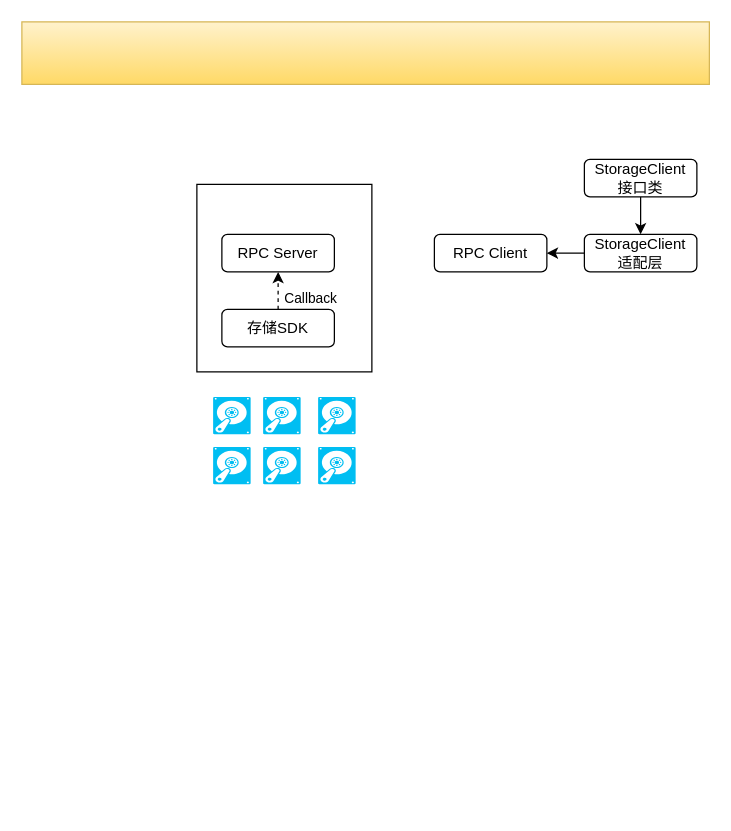
Before: RPC.drawio in snowolfhawk/ceph-scripts, a draw.io diagram. Source tidied: cells renumbered, new cells numbered last; positions are measured from the earlier drawing's top-left corner, leaving out a move shared by most shapes. Both pictures are drawn from the tidied source at 125%, with x=0, y=0 at pixel (21, 21).
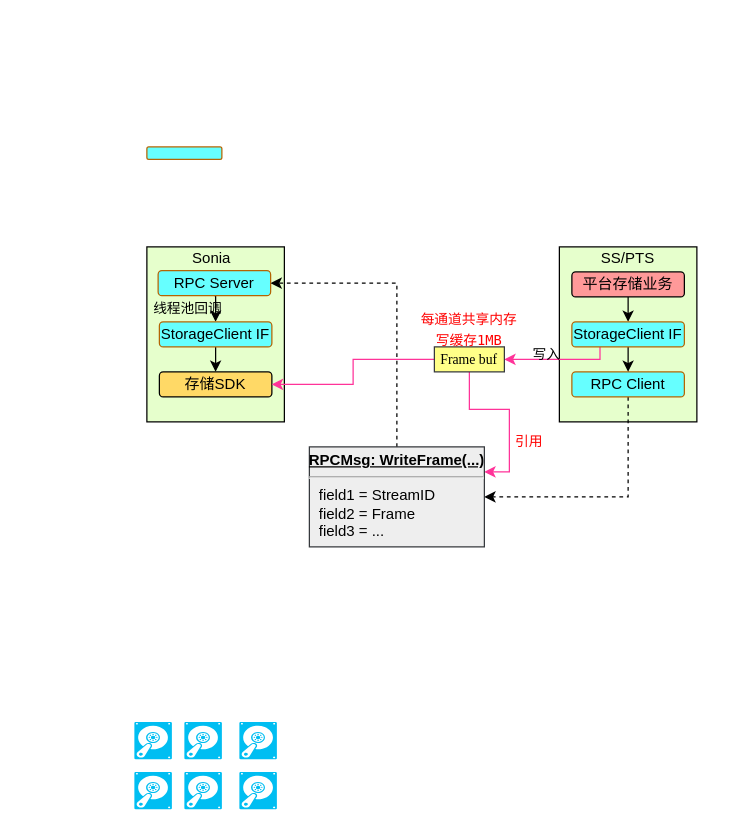
The same diagram, later.

What changed in the source:
```diff
@@
-    <mxCell id="2" style="rounded=0;whiteSpace=wrap;html=1;fontSize=11;gradientColor=#ffffff;" parent="1" vertex="1">
-      <mxGeometry x="140" y="130" width="140" height="150" as="geometry" />
-    </mxCell>
+    <mxCell id="19" style="rounded=0;whiteSpace=wrap;html=1;fillColor=#E6FFCC;strokeColor=#000000;gradientColor=none;" parent="1" vertex="1">
+      <mxGeometry x="430" y="180" width="110" height="140" as="geometry" />
+    </mxCell>
-    <mxCell id="3" style="rounded=0;whiteSpace=wrap;html=1;fillColor=#fff2cc;strokeColor=#d6b656;gradientColor=#ffd966;" parent="1" vertex="1">
-      <mxGeometry width="550" height="50" as="geometry" />
+    <mxCell id="3" style="rounded=0;whiteSpace=wrap;html=1;fillColor=#E6FFCC;strokeColor=#000000;gradientColor=none;" parent="1" vertex="1">
+      <mxGeometry x="100" y="180" width="110" height="140" as="geometry" />
     </mxCell>
-    <mxCell id="4" style="edgeStyle=orthogonalEdgeStyle;rounded=0;jettySize=auto;html=1;exitX=0.5;exitY=0;exitDx=0;exitDy=0;entryX=0.5;entryY=1;entryDx=0;entryDy=0;fontSize=11;dashed=1;" parent="1" edge="1" source="5" target="6">
-      <mxGeometry relative="1" as="geometry" />
-    </mxCell>
-    <mxCell id="5" value="存储SDK" style="rounded=1;whiteSpace=wrap;html=1;" parent="1" vertex="1">
-      <mxGeometry x="160" y="230" width="90" height="30" as="geometry" />
+    <mxCell id="5" value="存储SDK" style="rounded=1;whiteSpace=wrap;html=1;fillColor=#FFD966;" parent="1" vertex="1">
+      <mxGeometry x="110" y="280" width="90" height="20" as="geometry" />
     </mxCell>
+    <mxCell id="20" style="edgeStyle=orthogonalEdgeStyle;rounded=0;jettySize=auto;html=1;exitX=0.5;exitY=1;exitDx=0;exitDy=0;entryX=0.5;entryY=0;entryDx=0;entryDy=0;fontSize=11;" parent="1" edge="1" source="6" target="24">
+      <mxGeometry relative="1" as="geometry" />
+    </mxCell>
-    <mxCell id="6" value="RPC Server" style="rounded=1;whiteSpace=wrap;html=1;" parent="1" vertex="1">
-      <mxGeometry x="160" y="170" width="90" height="30" as="geometry" />
+    <mxCell id="6" value="RPC Server" style="rounded=1;whiteSpace=wrap;html=1;fillColor=#66FFFF;strokeColor=#b46504;" parent="1" vertex="1">
+      <mxGeometry x="109" y="199" width="90" height="20" as="geometry" />
     </mxCell>
+    <mxCell id="21" style="edgeStyle=orthogonalEdgeStyle;rounded=0;jettySize=auto;html=1;exitX=0.5;exitY=1;exitDx=0;exitDy=0;entryX=1;entryY=0.5;entryDx=0;entryDy=0;dashed=1;fontFamily=Lucida Console;fontSize=11;fontColor=#000000;" parent="1" edge="1" source="7" target="32">
+      <mxGeometry relative="1" as="geometry" />
+    </mxCell>
-    <mxCell id="7" value="RPC Client" style="rounded=1;whiteSpace=wrap;html=1;" parent="1" vertex="1">
-      <mxGeometry x="330" y="170" width="90" height="30" as="geometry" />
+    <mxCell id="7" value="RPC Client" style="rounded=1;whiteSpace=wrap;html=1;fillColor=#66FFFF;strokeColor=#b46504;" parent="1" vertex="1">
+      <mxGeometry x="440" y="280" width="90" height="20" as="geometry" />
     </mxCell>
-    <mxCell id="8" value="&lt;span style=&quot;font-weight: normal&quot;&gt;&lt;font style=&quot;font-size: 11px&quot;&gt;Callback&lt;/font&gt;&lt;/span&gt;" style="text;strokeColor=none;fillColor=none;html=1;fontSize=24;fontStyle=1;verticalAlign=middle;align=center;" parent="1" vertex="1">
-      <mxGeometry x="206" y="207" width="50" height="20" as="geometry" />
-    </mxCell>
@@
-    <mxCell id="10" value="StorageClient&lt;br&gt;接口类" style="rounded=1;whiteSpace=wrap;html=1;" parent="1" vertex="1">
-      <mxGeometry x="450" y="110" width="90" height="30" as="geometry" />
+    <mxCell id="10" value="平台存储业务" style="rounded=1;whiteSpace=wrap;html=1;fillColor=#FF9999;" parent="1" vertex="1">
+      <mxGeometry x="440" y="200" width="90" height="20" as="geometry" />
     </mxCell>
-    <mxCell id="11" style="edgeStyle=orthogonalEdgeStyle;rounded=0;jettySize=auto;html=1;exitX=0;exitY=0.5;exitDx=0;exitDy=0;fontSize=11;" parent="1" edge="1" source="12" target="7">
+    <mxCell id="11" style="edgeStyle=orthogonalEdgeStyle;rounded=0;jettySize=auto;html=1;exitX=0.5;exitY=1;exitDx=0;exitDy=0;entryX=0.5;entryY=0;entryDx=0;entryDy=0;fontSize=11;" parent="1" edge="1" source="12" target="7">
       <mxGeometry relative="1" as="geometry" />
     </mxCell>
+    <mxCell id="22" style="edgeStyle=orthogonalEdgeStyle;rounded=0;jettySize=auto;html=1;exitX=0.25;exitY=1;exitDx=0;exitDy=0;entryX=1;entryY=0.5;entryDx=0;entryDy=0;fontFamily=Lucida Console;fontSize=11;fontColor=#FF0000;strokeColor=#FF3399;" parent="1" edge="1" source="12" target="30">
+      <mxGeometry relative="1" as="geometry">
+        <Array as="points">
+          <mxPoint x="463" y="270" />
+        </Array>
+      </mxGeometry>
+    </mxCell>
-    <mxCell id="12" value="StorageClient&lt;br&gt;适配层" style="rounded=1;whiteSpace=wrap;html=1;" parent="1" vertex="1">
-      <mxGeometry x="450" y="170" width="90" height="30" as="geometry" />
+    <mxCell id="12" value="StorageClient&amp;nbsp;IF" style="rounded=1;whiteSpace=wrap;html=1;fillColor=#66FFFF;strokeColor=#b46504;" parent="1" vertex="1">
+      <mxGeometry x="440" y="240" width="90" height="20" as="geometry" />
     </mxCell>
     <mxCell id="13" style="verticalLabelPosition=bottom;html=1;verticalAlign=top;align=center;strokeColor=none;fillColor=#00BEF2;shape=mxgraph.azure.vhd;" parent="1" vertex="1">
-      <mxGeometry x="153" y="300" width="30" height="30" as="geometry" />
+      <mxGeometry x="90" y="560" width="30" height="30" as="geometry" />
     </mxCell>
     <mxCell id="14" style="verticalLabelPosition=bottom;html=1;verticalAlign=top;align=center;strokeColor=none;fillColor=#00BEF2;shape=mxgraph.azure.vhd;" parent="1" vertex="1">
-      <mxGeometry x="193" y="300" width="30" height="30" as="geometry" />
+      <mxGeometry x="130" y="560" width="30" height="30" as="geometry" />
     </mxCell>
     <mxCell id="15" style="verticalLabelPosition=bottom;html=1;verticalAlign=top;align=center;strokeColor=none;fillColor=#00BEF2;shape=mxgraph.azure.vhd;" parent="1" vertex="1">
-      <mxGeometry x="237" y="300" width="30" height="30" as="geometry" />
+      <mxGeometry x="174" y="560" width="30" height="30" as="geometry" />
     </mxCell>
     <mxCell id="16" style="verticalLabelPosition=bottom;html=1;verticalAlign=top;align=center;strokeColor=none;fillColor=#00BEF2;shape=mxgraph.azure.vhd;" parent="1" vertex="1">
-      <mxGeometry x="153" y="340" width="30" height="30" as="geometry" />
+      <mxGeometry x="90" y="600" width="30" height="30" as="geometry" />
     </mxCell>
     <mxCell id="17" style="verticalLabelPosition=bottom;html=1;verticalAlign=top;align=center;strokeColor=none;fillColor=#00BEF2;shape=mxgraph.azure.vhd;" parent="1" vertex="1">
-      <mxGeometry x="193" y="340" width="30" height="30" as="geometry" />
+      <mxGeometry x="130" y="600" width="30" height="30" as="geometry" />
     </mxCell>
     <mxCell id="18" style="verticalLabelPosition=bottom;html=1;verticalAlign=top;align=center;strokeColor=none;fillColor=#00BEF2;shape=mxgraph.azure.vhd;" parent="1" vertex="1">
-      <mxGeometry x="237" y="340" width="30" height="30" as="geometry" />
+      <mxGeometry x="174" y="600" width="30" height="30" as="geometry" />
     </mxCell>
+    <mxCell id="23" style="edgeStyle=orthogonalEdgeStyle;rounded=0;jettySize=auto;html=1;exitX=0.5;exitY=1;exitDx=0;exitDy=0;entryX=0.5;entryY=0;entryDx=0;entryDy=0;fontSize=11;" parent="1" edge="1" source="24" target="5">
+      <mxGeometry relative="1" as="geometry" />
+    </mxCell>
+    <mxCell id="24" value="StorageClient&amp;nbsp;IF" style="rounded=1;whiteSpace=wrap;html=1;fillColor=#66FFFF;strokeColor=#b46504;" parent="1" vertex="1">
+      <mxGeometry x="110" y="240" width="90" height="20" as="geometry" />
+    </mxCell>
+    <mxCell id="25" value="&lt;font style=&quot;font-size: 11px&quot; face=&quot;Lucida Console&quot;&gt;线程池回调&lt;/font&gt;" style="text;html=1;strokeColor=none;fillColor=none;align=center;verticalAlign=middle;whiteSpace=wrap;rounded=0;fontSize=14;" parent="1" vertex="1">
+      <mxGeometry x="100" y="223" width="66" height="10" as="geometry" />
+    </mxCell>
+    <mxCell id="26" value="&lt;font style=&quot;font-size: 12px&quot;&gt;SS/PTS&lt;/font&gt;" style="text;html=1;strokeColor=none;fillColor=none;align=center;verticalAlign=middle;whiteSpace=wrap;rounded=0;fontSize=14;" parent="1" vertex="1">
+      <mxGeometry x="455" y="180" width="60" height="15" as="geometry" />
+    </mxCell>
+    <mxCell id="27" value="&lt;span style=&quot;font-size: 12px&quot;&gt;Sonia&lt;/span&gt;" style="text;html=1;strokeColor=none;fillColor=none;align=center;verticalAlign=middle;whiteSpace=wrap;rounded=0;fontSize=14;" parent="1" vertex="1">
+      <mxGeometry x="122" y="180" width="60" height="15" as="geometry" />
+    </mxCell>
+    <mxCell id="28" style="edgeStyle=orthogonalEdgeStyle;rounded=0;jettySize=auto;html=1;exitX=0;exitY=0.5;exitDx=0;exitDy=0;fontFamily=Lucida Console;fontSize=11;fontColor=#FF0000;strokeColor=#FF3399;" parent="1" edge="1" source="30" target="5">
+      <mxGeometry relative="1" as="geometry" />
+    </mxCell>
+    <mxCell id="29" style="edgeStyle=orthogonalEdgeStyle;rounded=0;jettySize=auto;html=1;exitX=0.5;exitY=1;exitDx=0;exitDy=0;entryX=1;entryY=0.25;entryDx=0;entryDy=0;fontFamily=Lucida Console;fontSize=11;fontColor=#FF0000;strokeColor=#FF3399;" parent="1" edge="1" source="30" target="32">
+      <mxGeometry relative="1" as="geometry" />
+    </mxCell>
+    <mxCell id="30" value="&lt;font style=&quot;font-size: 11px&quot;&gt;Frame buf&lt;/font&gt;" style="rounded=0;whiteSpace=wrap;html=1;fontFamily=Times New Roman;fontSize=12;strokeColor=#36393d;fillColor=#ffff88;" parent="1" vertex="1">
+      <mxGeometry x="330" y="260" width="56" height="20" as="geometry" />
+    </mxCell>
+    <mxCell id="31" style="edgeStyle=orthogonalEdgeStyle;rounded=0;jettySize=auto;html=1;exitX=0.5;exitY=0;exitDx=0;exitDy=0;entryX=1;entryY=0.5;entryDx=0;entryDy=0;dashed=1;fontFamily=Lucida Console;fontSize=11;fontColor=#000000;" parent="1" edge="1" source="32" target="6">
+      <mxGeometry relative="1" as="geometry" />
+    </mxCell>
+    <mxCell id="32" value="&lt;p style=&quot;margin: 0px ; margin-top: 4px ; text-align: center ; text-decoration: underline&quot;&gt;&lt;b&gt;RPCMsg: WriteFrame(...)&lt;/b&gt;&lt;/p&gt;&lt;hr&gt;&lt;p style=&quot;margin: 0px ; margin-left: 8px&quot;&gt;field1 = StreamID&lt;br&gt;field2 = Frame&lt;br&gt;field3 = ...&lt;/p&gt;" style="verticalAlign=top;align=left;overflow=fill;fontSize=12;fontFamily=Helvetica;html=1;strokeColor=#36393d;fillColor=#eeeeee;" parent="1" vertex="1">
+      <mxGeometry x="230" y="340" width="140" height="80" as="geometry" />
+    </mxCell>
+    <mxCell id="33" value="&lt;font style=&quot;font-size: 11px&quot; face=&quot;Lucida Console&quot; color=&quot;#ff0000&quot;&gt;每通道共享内存&lt;br style=&quot;font-size: 11px&quot;&gt;写缓存1MB&lt;/font&gt;" style="text;html=1;strokeColor=none;fillColor=none;align=center;verticalAlign=middle;whiteSpace=wrap;rounded=0;fontSize=14;" parent="1" vertex="1">
+      <mxGeometry x="303" y="230" width="110" height="30" as="geometry" />
+    </mxCell>
+    <mxCell id="34" value="&lt;font face=&quot;Lucida Console&quot;&gt;&lt;span style=&quot;font-size: 11px&quot;&gt;写入&lt;/span&gt;&lt;/font&gt;" style="text;html=1;strokeColor=none;fillColor=none;align=center;verticalAlign=middle;whiteSpace=wrap;rounded=0;fontSize=14;" parent="1" vertex="1">
+      <mxGeometry x="400" y="260" width="40" height="10" as="geometry" />
+    </mxCell>
+    <mxCell id="35" value="&lt;font face=&quot;Lucida Console&quot; color=&quot;#ff0000&quot;&gt;&lt;span style=&quot;font-size: 11px&quot;&gt;引用&lt;/span&gt;&lt;/font&gt;" style="text;html=1;strokeColor=none;fillColor=none;align=center;verticalAlign=middle;whiteSpace=wrap;rounded=0;fontSize=14;" parent="1" vertex="1">
+      <mxGeometry x="386" y="330" width="40" height="10" as="geometry" />
+    </mxCell>
+    <mxCell id="36" style="rounded=1;whiteSpace=wrap;html=1;fillColor=#66FFFF;strokeColor=#b46504;" parent="1" vertex="1">
+      <mxGeometry x="100" y="100" width="60" height="10" as="geometry" />
+    </mxCell>
```
